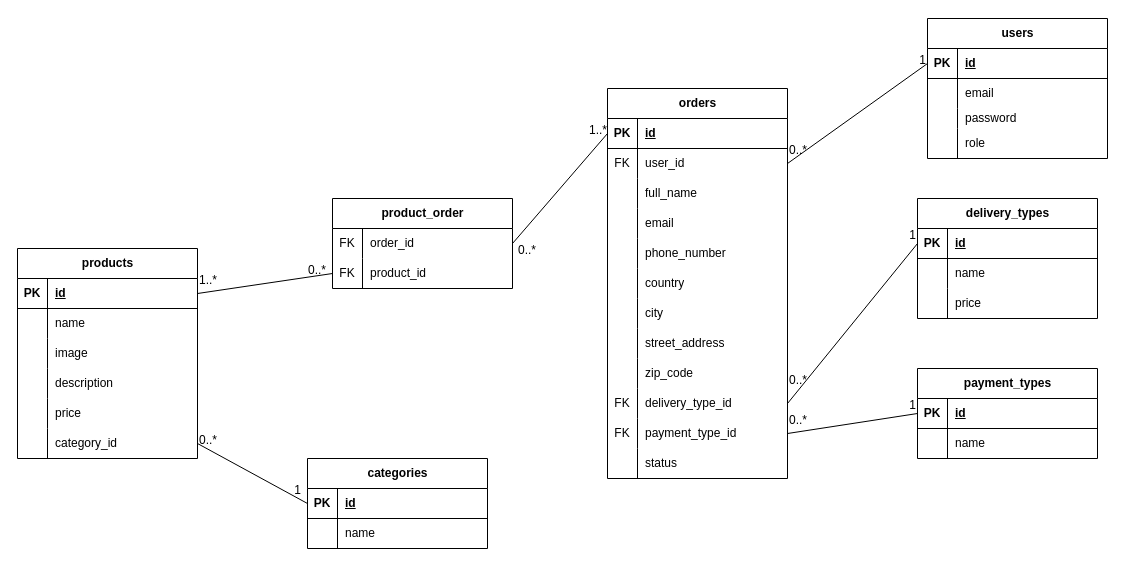
The draw.io diagram docs/Entity_relationship_diagram.drawio in adam-alberty/wtech, before the edit. Source tidied: cells renumbered, new cells numbered last; positions are measured from the earlier drawing's top-left corner, leaving out a move shared by most shapes. Both pictures are drawn from the tidied source at 100%, with x=0, y=0 at pixel (17, 18).
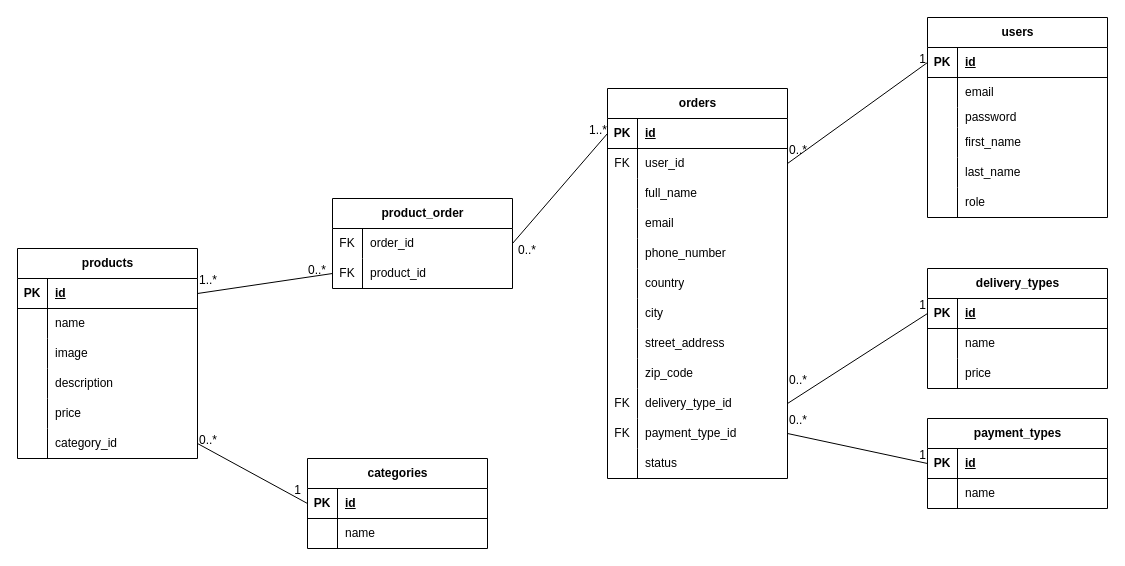
The same diagram, later.

Commit message:
fix users table in er diagram

The change refers to these unchanged cells:
```xml
<mxCell id="12" style="shape=tableRow;horizontal=0;startSize=0;swimlaneHead=0;swimlaneBody=0;fillColor=none;top=0;left=0;right=0;bottom=0;" parent="2" vertex="1">
  <mxGeometry y="110" width="180" height="30" as="geometry" />
</mxCell>
```

Change to the diagram source:
```diff
@@
     <mxCell id="2" value="&lt;div&gt;users&lt;/div&gt;" style="shape=table;startSize=30;childLayout=tableLayout;rowLines=0;fontStyle=1;align=center;html=1;" parent="1" vertex="1">
-      <mxGeometry x="910" width="180" height="140" as="geometry" />
+      <mxGeometry x="910" y="-1" width="180" height="200" as="geometry" />
     </mxCell>
@@
-    <mxCell id="14" value="&lt;div&gt;role&lt;/div&gt;" style="shape=partialRectangle;fillColor=none;top=0;left=0;bottom=0;right=0;align=left;spacingLeft=6;overflow=hidden;whiteSpace=wrap;html=1;" parent="12" vertex="1">
+    <mxCell id="14" value="&lt;div&gt;first_name&lt;/div&gt;" style="shape=partialRectangle;fillColor=none;top=0;left=0;bottom=0;right=0;align=left;spacingLeft=6;overflow=hidden;whiteSpace=wrap;html=1;" parent="12" vertex="1">
       <mxGeometry x="30" width="150" height="30" as="geometry" />
     </mxCell>
+    <mxCell id="120" style="shape=tableRow;horizontal=0;startSize=0;swimlaneHead=0;swimlaneBody=0;fillColor=none;top=0;left=0;right=0;bottom=0;" parent="2" vertex="1">
+      <mxGeometry y="140" width="180" height="30" as="geometry" />
+    </mxCell>
+    <mxCell id="121" style="shape=partialRectangle;fillColor=none;top=0;left=0;bottom=0;right=0;overflow=hidden;whiteSpace=wrap;html=1;" parent="120" vertex="1">
+      <mxGeometry width="30" height="30" as="geometry" />
+    </mxCell>
+    <mxCell id="122" value="last_name" style="shape=partialRectangle;fillColor=none;top=0;left=0;bottom=0;right=0;align=left;spacingLeft=6;overflow=hidden;whiteSpace=wrap;html=1;" parent="120" vertex="1">
+      <mxGeometry x="30" width="150" height="30" as="geometry" />
+    </mxCell>
+    <mxCell id="123" style="shape=tableRow;horizontal=0;startSize=0;swimlaneHead=0;swimlaneBody=0;fillColor=none;top=0;left=0;right=0;bottom=0;" parent="2" vertex="1">
+      <mxGeometry y="170" width="180" height="30" as="geometry" />
+    </mxCell>
+    <mxCell id="124" style="shape=partialRectangle;fillColor=none;top=0;left=0;bottom=0;right=0;overflow=hidden;whiteSpace=wrap;html=1;" parent="123" vertex="1">
+      <mxGeometry width="30" height="30" as="geometry" />
+    </mxCell>
+    <mxCell id="125" value="&lt;div&gt;role&lt;/div&gt;" style="shape=partialRectangle;fillColor=none;top=0;left=0;bottom=0;right=0;align=left;spacingLeft=6;overflow=hidden;whiteSpace=wrap;html=1;" parent="123" vertex="1">
+      <mxGeometry x="30" width="150" height="30" as="geometry" />
+    </mxCell>
@@
     <mxCell id="97" value="&lt;div&gt;delivery_types&lt;/div&gt;" style="shape=table;startSize=30;childLayout=tableLayout;rowLines=0;fontStyle=1;align=center;html=1;" parent="1" vertex="1">
-      <mxGeometry x="900" y="180" width="180" height="120" as="geometry" />
+      <mxGeometry x="910" y="250" width="180" height="120" as="geometry" />
     </mxCell>
@@
     <mxCell id="107" value="&lt;div&gt;payment_types&lt;/div&gt;" style="shape=table;startSize=30;childLayout=tableLayout;rowLines=0;fontStyle=1;align=center;html=1;" parent="1" vertex="1">
-      <mxGeometry x="900" y="350" width="180" height="90" as="geometry" />
+      <mxGeometry x="910" y="400" width="180" height="90" as="geometry" />
     </mxCell>
```
